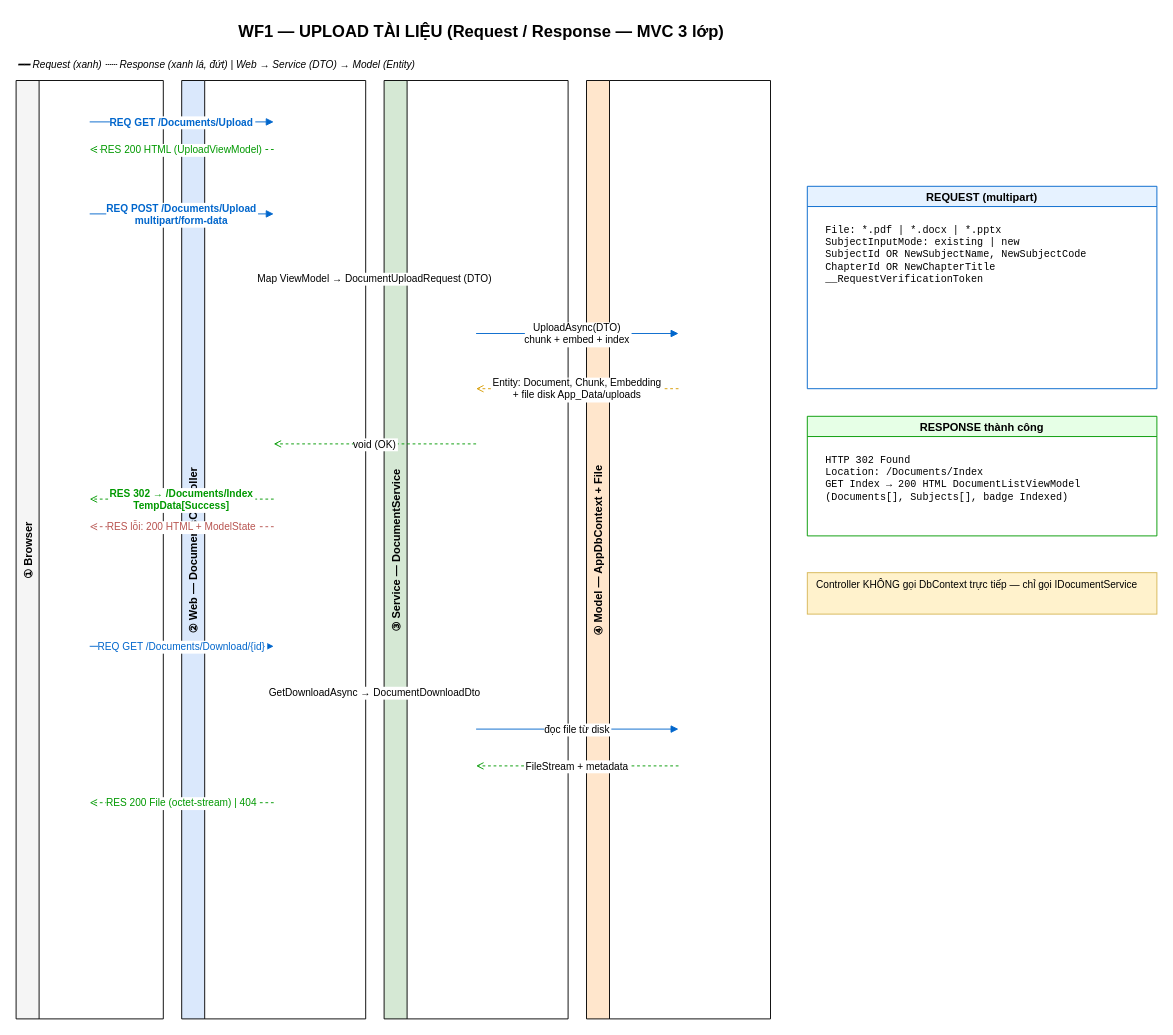
This is page "5-Request-Response-Upload" (5 of 10) of docs/Assigment1-Architecture.drawio from chanqua321/ASS1, a draw.io file, before an edit. Source tidied: cells renumbered, new cells numbered last; positions are measured from the earlier drawing's top-left corner, leaving out a move shared by most shapes. Both pictures are drawn from the tidied source at 92%, with x=0, y=0 at pixel (16, 16).
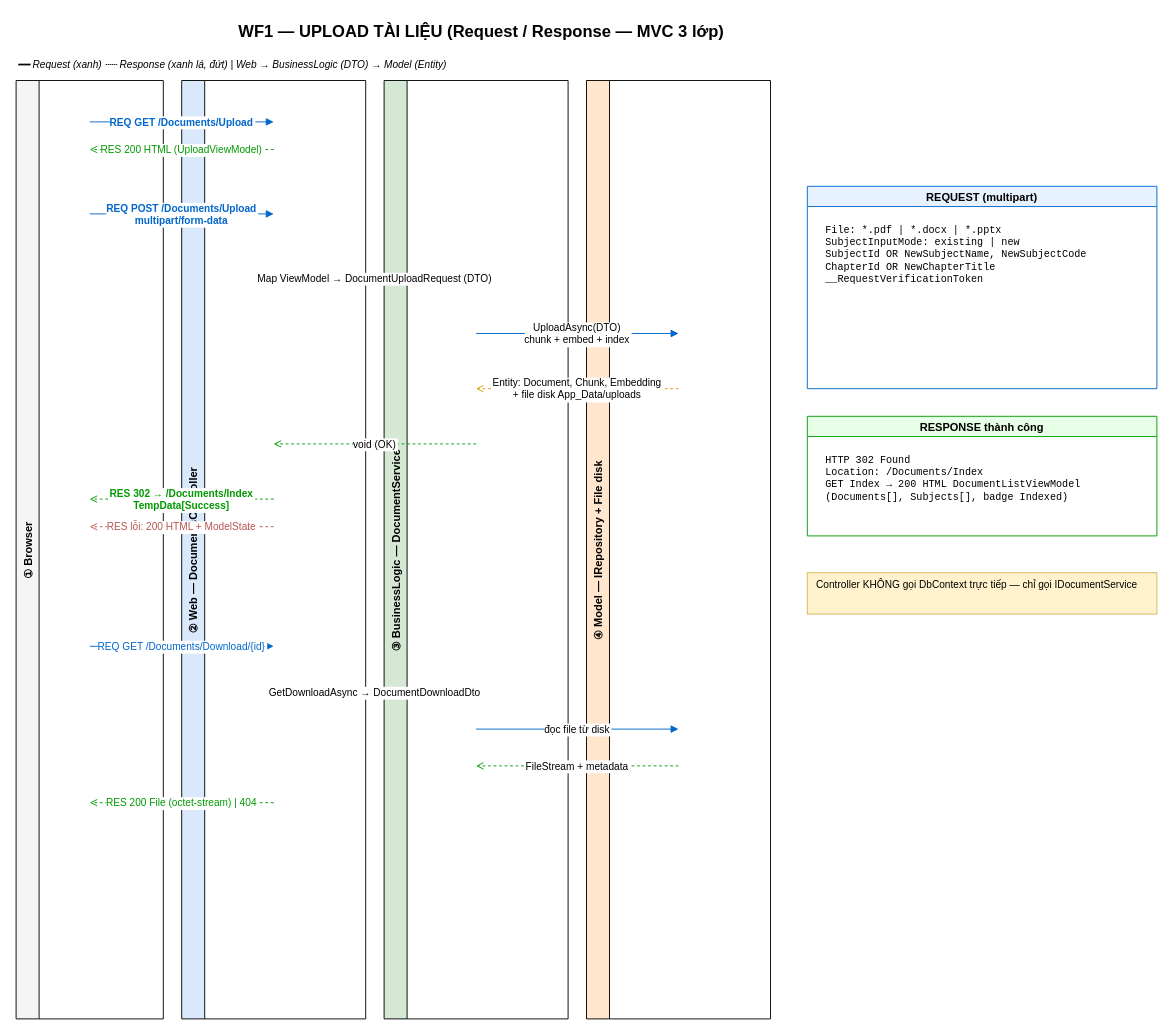
The same diagram, later.

The edit, as a diff of the source:
```diff
@@
-    <mxCell id="3" value="━━ Request (xanh)   ┄┄ Response (xanh lá, đứt)   |   Web → Service (DTO) → Model (Entity)" style="text;html=1;fontSize=11;fontStyle=2;" parent="1" vertex="1">
+    <mxCell id="3" value="━━ Request (xanh)   ┄┄ Response (xanh lá, đứt)   |   Web → BusinessLogic (DTO) → Model (Entity)" style="text;html=1;fontSize=11;fontStyle=2;" parent="1" vertex="1">
       <mxGeometry y="40" width="700" height="22" as="geometry" />
     </mxCell>
@@
-    <mxCell id="6" value="③ Service — DocumentService" style="swimlane;horizontal=0;fillColor=#d5e8d4;startSize=25;fontStyle=1;" parent="1" vertex="1">
+    <mxCell id="6" value="③ BusinessLogic — DocumentService" style="swimlane;horizontal=0;fillColor=#d5e8d4;startSize=25;fontStyle=1;" parent="1" vertex="1">
       <mxGeometry x="400" y="70" width="200" height="1020" as="geometry" />
     </mxCell>
-    <mxCell id="7" value="④ Model — AppDbContext + File" style="swimlane;horizontal=0;fillColor=#ffe6cc;startSize=25;fontStyle=1;" parent="1" vertex="1">
+    <mxCell id="7" value="④ Model — IRepository + File disk" style="swimlane;horizontal=0;fillColor=#ffe6cc;startSize=25;fontStyle=1;" parent="1" vertex="1">
       <mxGeometry x="620" y="70" width="200" height="1020" as="geometry" />
     </mxCell>
```
